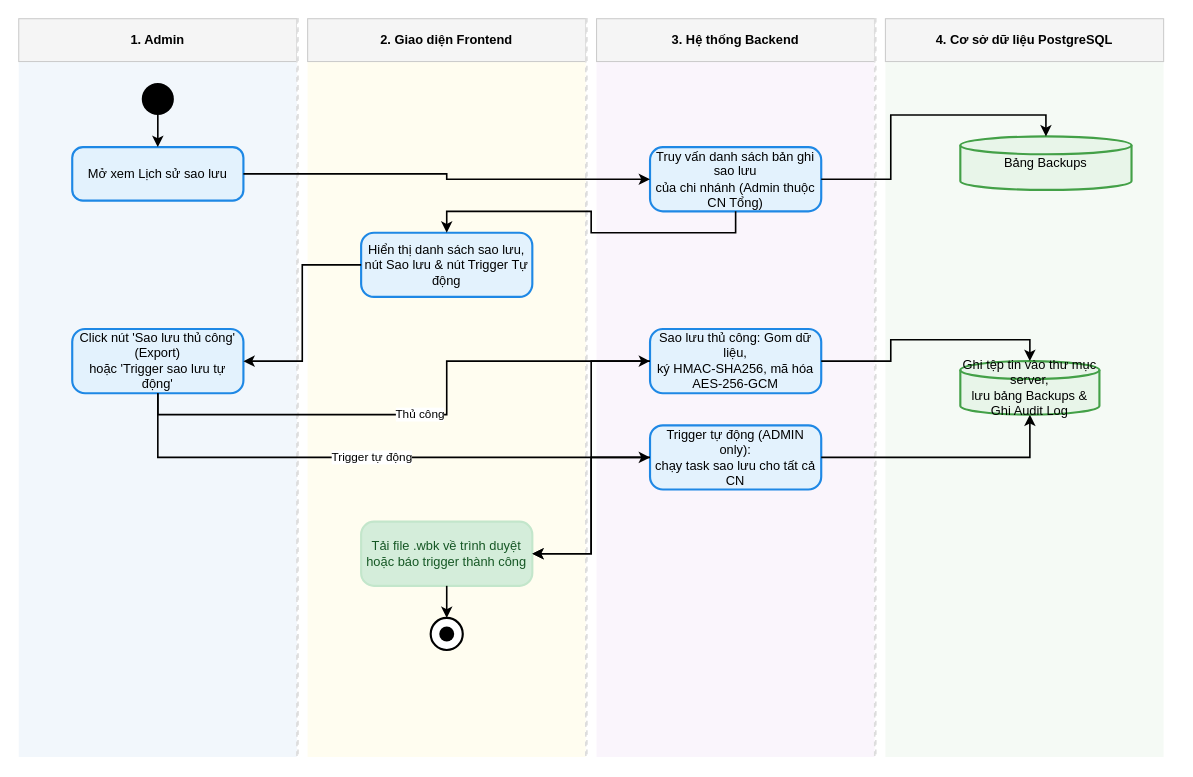
Before: diagrams/admin/chuc_nang_sao_luu_du_lieu_admin.drawio in Nghiatv2006/KhoHang, a draw.io diagram. Source tidied: cells renumbered, new cells numbered last; positions are measured from the earlier drawing's top-left corner, leaving out a move shared by most shapes. Both pictures are drawn from the tidied source at 107%, with x=0, y=0 at pixel (18, 18).
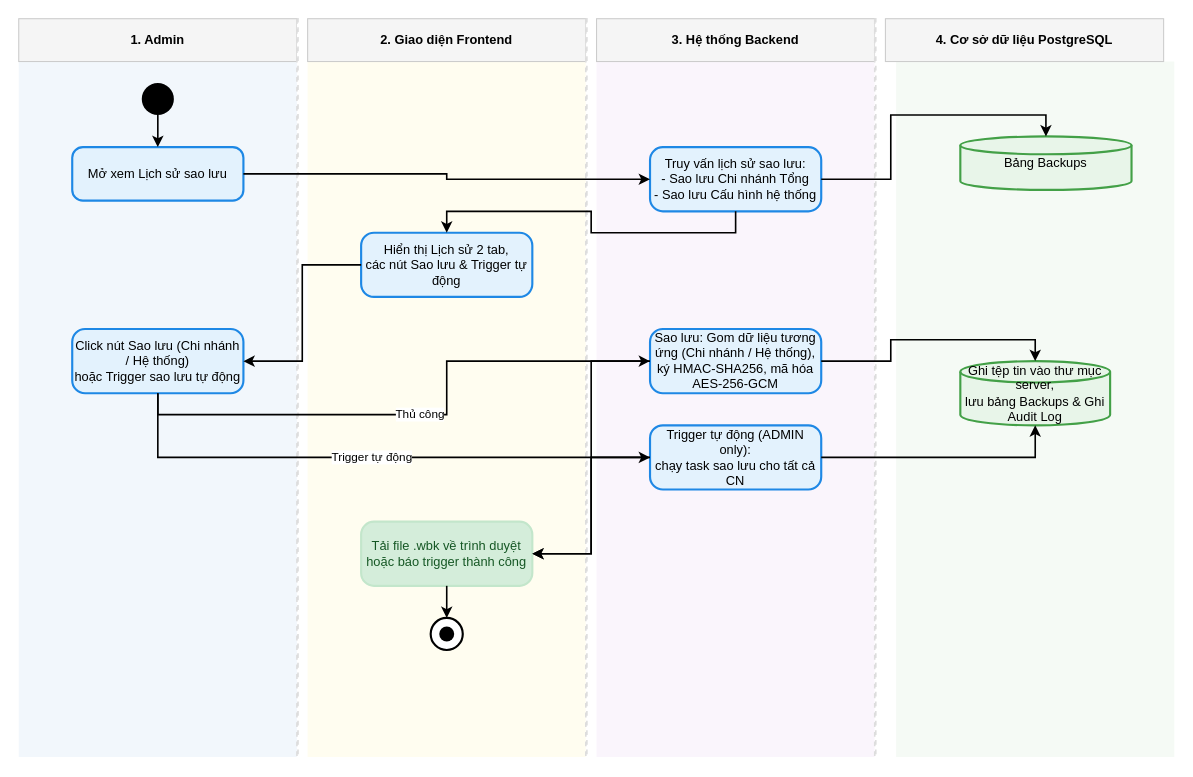
The same diagram, later.

Change to the diagram source:
```diff
@@
     <mxCell id="8" style="fillColor=#f5faf5;strokeColor=none;" parent="1" vertex="1">
-      <mxGeometry x="810" y="40" width="260" height="650" as="geometry" />
+      <mxGeometry x="820" y="40" width="260" height="650" as="geometry" />
     </mxCell>
@@
-    <mxCell id="15" value="Truy vấn danh sách bản ghi sao lưu&lt;br/&gt;của chi nhánh (Admin thuộc CN Tổng)" style="rounded=1;whiteSpace=wrap;html=1;arcSize=20;fillColor=#e3f2fd;strokeColor=#1e88e5;strokeWidth=2;fontColor=#000000;align=center;" parent="1" vertex="1">
+    <mxCell id="15" value="Truy vấn lịch sử sao lưu:&lt;br/&gt;- Sao lưu Chi nhánh Tổng&lt;br/&gt;- Sao lưu Cấu hình hệ thống" style="rounded=1;whiteSpace=wrap;html=1;arcSize=20;fillColor=#e3f2fd;strokeColor=#1e88e5;strokeWidth=2;fontColor=#000000;align=center;" parent="1" vertex="1">
       <mxGeometry x="590" y="120" width="160" height="60" as="geometry" />
     </mxCell>
@@
-    <mxCell id="17" value="Hiển thị danh sách sao lưu,&lt;br/&gt;nút Sao lưu &amp; nút Trigger Tự động" style="rounded=1;whiteSpace=wrap;html=1;arcSize=20;fillColor=#e3f2fd;strokeColor=#1e88e5;strokeWidth=2;fontColor=#000000;align=center;" parent="1" vertex="1">
+    <mxCell id="17" value="Hiển thị Lịch sử 2 tab,&lt;br/&gt;các nút Sao lưu &amp; Trigger tự động" style="rounded=1;whiteSpace=wrap;html=1;arcSize=20;fillColor=#e3f2fd;strokeColor=#1e88e5;strokeWidth=2;fontColor=#000000;align=center;" parent="1" vertex="1">
       <mxGeometry x="320" y="200" width="160" height="60" as="geometry" />
     </mxCell>
-    <mxCell id="18" value="Click nút 'Sao lưu thủ công' (Export)&lt;br/&gt;hoặc 'Trigger sao lưu tự động'" style="rounded=1;whiteSpace=wrap;html=1;arcSize=20;fillColor=#e3f2fd;strokeColor=#1e88e5;strokeWidth=2;fontColor=#000000;align=center;" parent="1" vertex="1">
+    <mxCell id="18" value="Click nút Sao lưu (Chi nhánh / Hệ thống)&lt;br/&gt;hoặc Trigger sao lưu tự động" style="rounded=1;whiteSpace=wrap;html=1;arcSize=20;fillColor=#e3f2fd;strokeColor=#1e88e5;strokeWidth=2;fontColor=#000000;align=center;" parent="1" vertex="1">
       <mxGeometry x="50" y="290" width="160" height="60" as="geometry" />
     </mxCell>
-    <mxCell id="19" value="Sao lưu thủ công: Gom dữ liệu,&lt;br/&gt;ký HMAC-SHA256, mã hóa AES-256-GCM" style="rounded=1;whiteSpace=wrap;html=1;arcSize=20;fillColor=#e3f2fd;strokeColor=#1e88e5;strokeWidth=2;fontColor=#000000;align=center;" parent="1" vertex="1">
+    <mxCell id="19" value="Sao lưu: Gom dữ liệu tương ứng (Chi nhánh / Hệ thống),&lt;br/&gt;ký HMAC-SHA256, mã hóa AES-256-GCM" style="rounded=1;whiteSpace=wrap;html=1;arcSize=20;fillColor=#e3f2fd;strokeColor=#1e88e5;strokeWidth=2;fontColor=#000000;align=center;" parent="1" vertex="1">
       <mxGeometry x="590" y="290" width="160" height="60" as="geometry" />
     </mxCell>
@@
     <mxCell id="21" value="Ghi tệp tin vào thư mục server,&lt;br/&gt;lưu bảng Backups &amp; Ghi Audit Log" style="strokeWidth=2;html=1;shape=mxgraph.flowchart.database;whiteSpace=wrap;fillColor=#e8f5e9;strokeColor=#43a047;fontColor=#000000;align=center;" parent="1" vertex="1">
-      <mxGeometry x="880" y="320" width="130" height="50" as="geometry" />
+      <mxGeometry x="880" y="320" width="140" height="60" as="geometry" />
     </mxCell>
```
